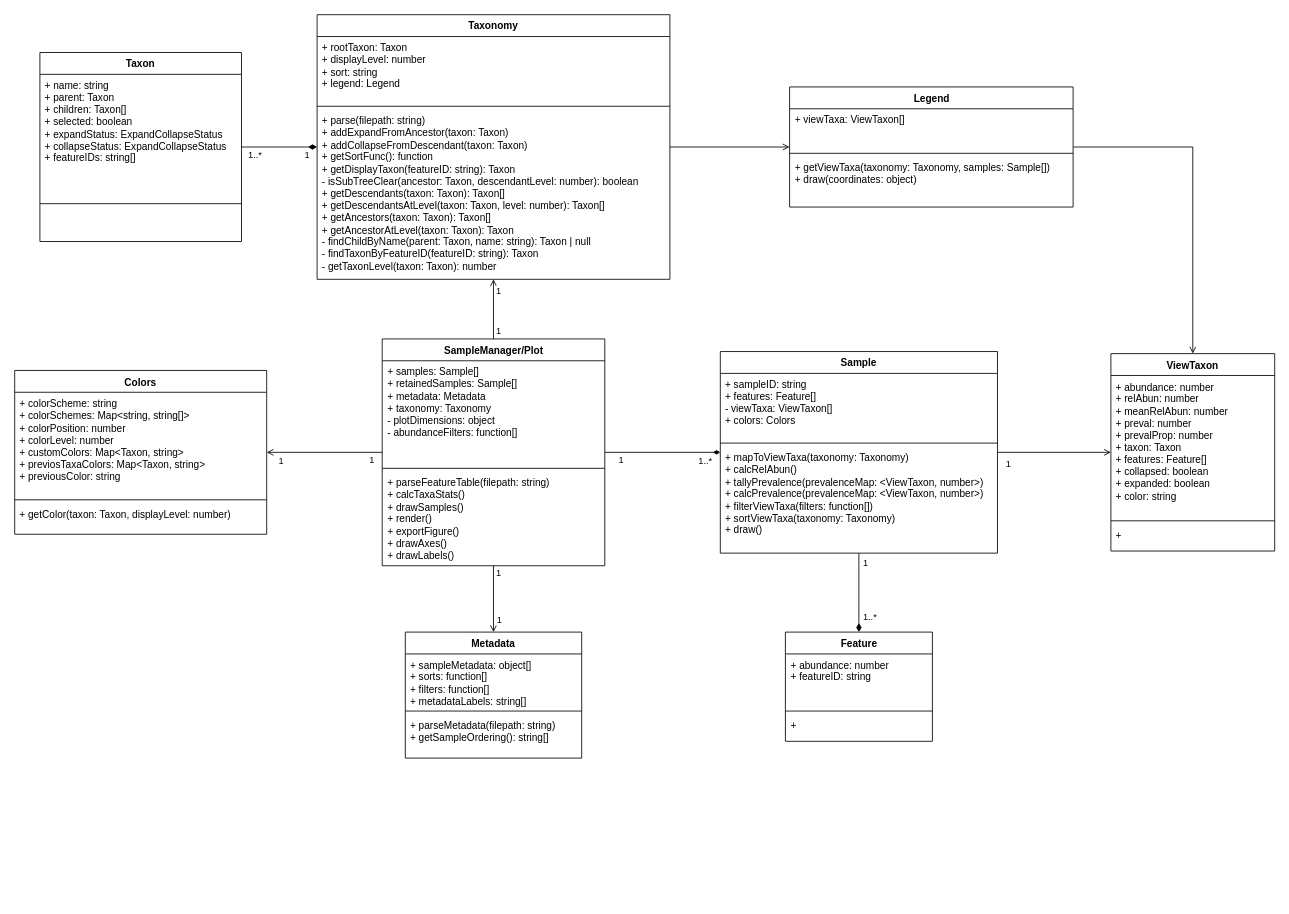
Above: docs/TaxaBarplotClasses.drawio in colinvwood/taxa-barplot (draw.io), before the change. Source tidied: cells renumbered, new cells numbered last; positions are measured from the earlier drawing's top-left corner, leaving out a move shared by most shapes. Both pictures are drawn from the tidied source at 84%, with x=0, y=0 at pixel (14, 14).
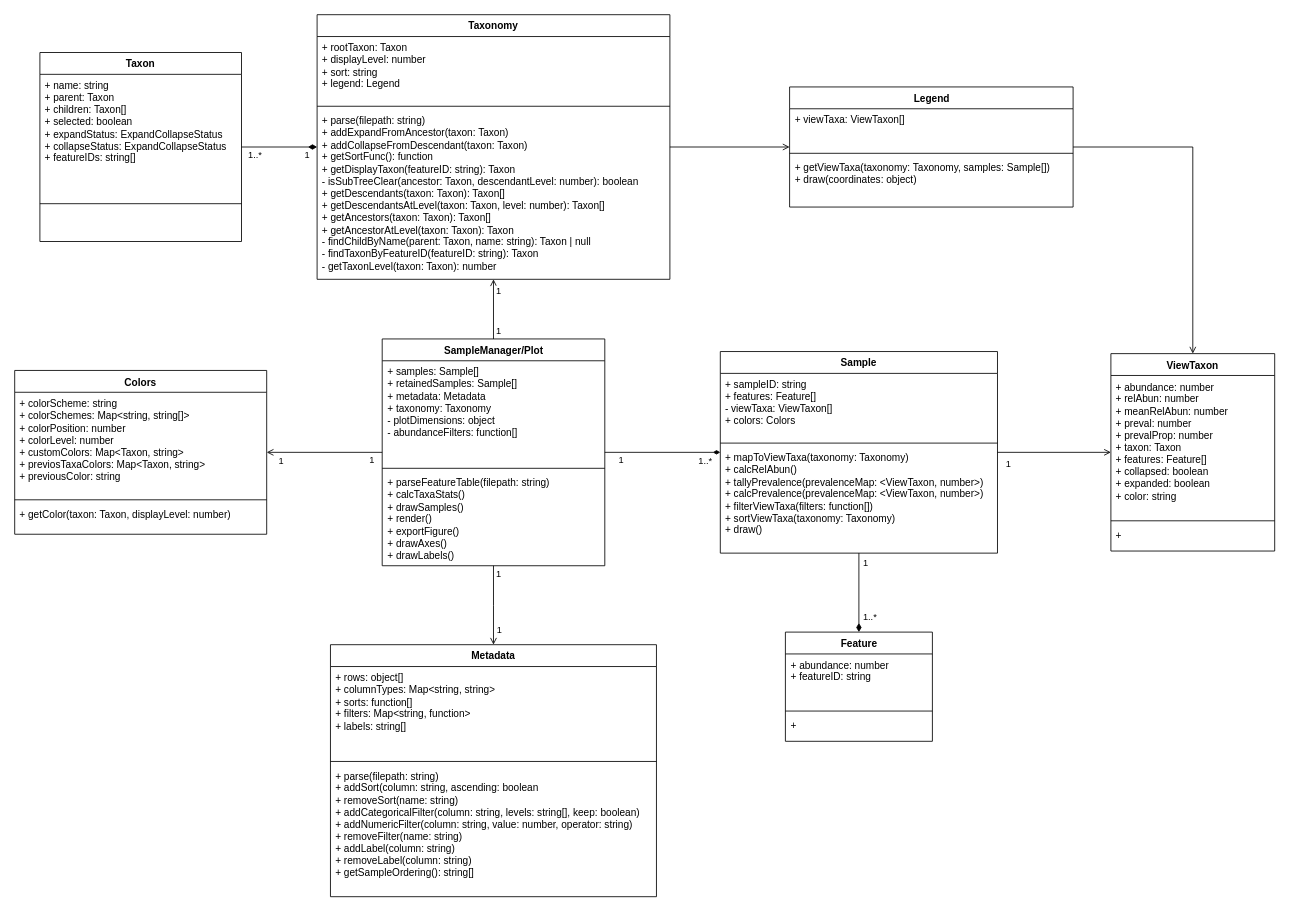
The same diagram, later.

Commit message (it also covers changes not shown here):
metadata filters, sorts

Change to the diagram source:
```diff
@@
     <mxCell id="46" value="Metadata" style="swimlane;fontStyle=1;align=center;verticalAlign=top;horizontal=1;startSize=26;whiteSpace=wrap;html=1;" parent="1" vertex="1">
-      <mxGeometry x="465" y="735" width="210" height="150" as="geometry" />
+      <mxGeometry x="375.9" y="750" width="388.1" height="300" as="geometry" />
     </mxCell>
-    <mxCell id="47" value="+ sampleMetadata: object[]&lt;div&gt;+ sorts: function[]&lt;/div&gt;&lt;div&gt;+ filters: function[]&lt;/div&gt;&lt;div&gt;+ metadataLabels: string[]&lt;/div&gt;" style="text;strokeColor=none;fillColor=none;align=left;verticalAlign=top;spacingLeft=4;spacingRight=4;overflow=hidden;whiteSpace=wrap;html=1;" parent="46" vertex="1">
-      <mxGeometry y="26" width="210" height="64" as="geometry" />
+    <mxCell id="47" value="+ rows: object[]&lt;div&gt;+ columnTypes: Map&amp;lt;string, string&amp;gt;&lt;br&gt;&lt;div&gt;+ sorts: function[]&lt;/div&gt;&lt;div&gt;+ filters: Map&amp;lt;string, function&amp;gt;&lt;/div&gt;&lt;div&gt;+ labels: string[]&lt;/div&gt;&lt;/div&gt;" style="text;strokeColor=none;fillColor=none;align=left;verticalAlign=top;spacingLeft=4;spacingRight=4;overflow=hidden;whiteSpace=wrap;html=1;" parent="46" vertex="1">
+      <mxGeometry y="26" width="388.1" height="109" as="geometry" />
     </mxCell>
     <mxCell id="48" style="line;strokeWidth=1;fillColor=none;align=left;verticalAlign=middle;spacingTop=-1;spacingLeft=3;spacingRight=3;labelPosition=right;strokeColor=inherit;" parent="46" vertex="1">
-      <mxGeometry y="90" width="210" height="8" as="geometry" />
+      <mxGeometry y="135" width="388.1" height="8" as="geometry" />
     </mxCell>
-    <mxCell id="49" value="&lt;div&gt;+ parseMetadata(filepath: string)&lt;/div&gt;+ getSampleOrdering(): string[]" style="text;strokeColor=none;fillColor=none;align=left;verticalAlign=top;spacingLeft=4;spacingRight=4;overflow=hidden;whiteSpace=wrap;html=1;" parent="46" vertex="1">
-      <mxGeometry y="98" width="210" height="52" as="geometry" />
+    <mxCell id="49" value="&lt;div&gt;+ parse(filepath: string)&lt;/div&gt;&lt;div&gt;+ addSort(column: string, ascending: boolean&lt;/div&gt;&lt;div&gt;+ removeSort(name: string)&lt;/div&gt;&lt;div&gt;+ addCategoricalFilter(column: string, levels: string[], keep: boolean)&lt;/div&gt;&lt;div&gt;+ addNumericFilter(column: string, value: number, operator: string)&lt;/div&gt;&lt;div&gt;+ removeFilter(name: string)&lt;/div&gt;&lt;div&gt;+ addLabel(column: string)&lt;/div&gt;&lt;div&gt;+ removeLabel(column: string)&lt;/div&gt;+ getSampleOrdering(): string[]" style="text;strokeColor=none;fillColor=none;align=left;verticalAlign=top;spacingLeft=4;spacingRight=4;overflow=hidden;whiteSpace=wrap;html=1;" parent="46" vertex="1">
+      <mxGeometry y="143" width="388.1" height="157" as="geometry" />
     </mxCell>
```
